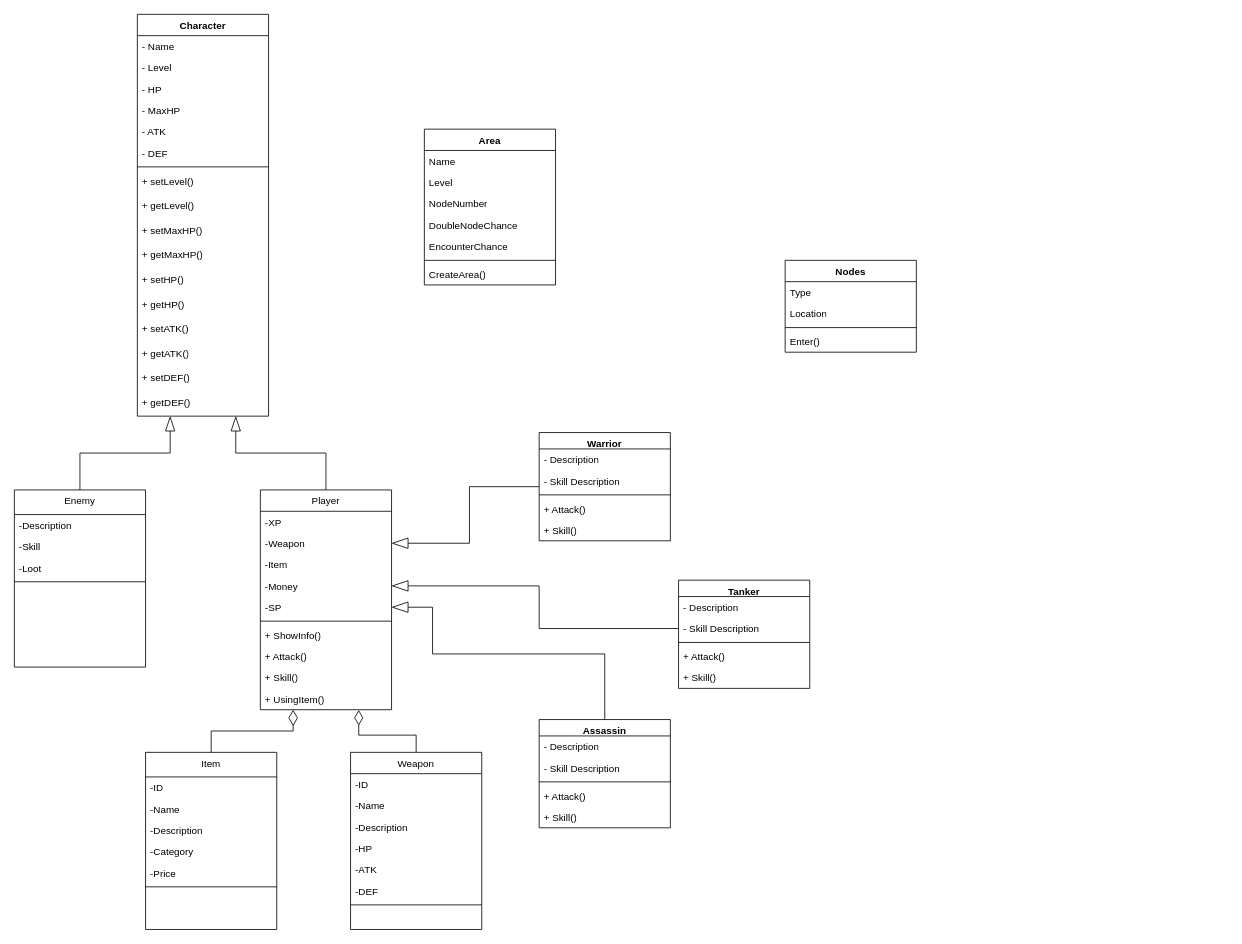
Above: PBL2.drawio in hoanghuyhoc/PBL2 (draw.io), before the change. Source tidied: cells renumbered, new cells numbered last; positions are measured from the earlier drawing's top-left corner, leaving out a move shared by most shapes. Both pictures are drawn from the tidied source at 82%, with x=0, y=0 at pixel (14, 14).
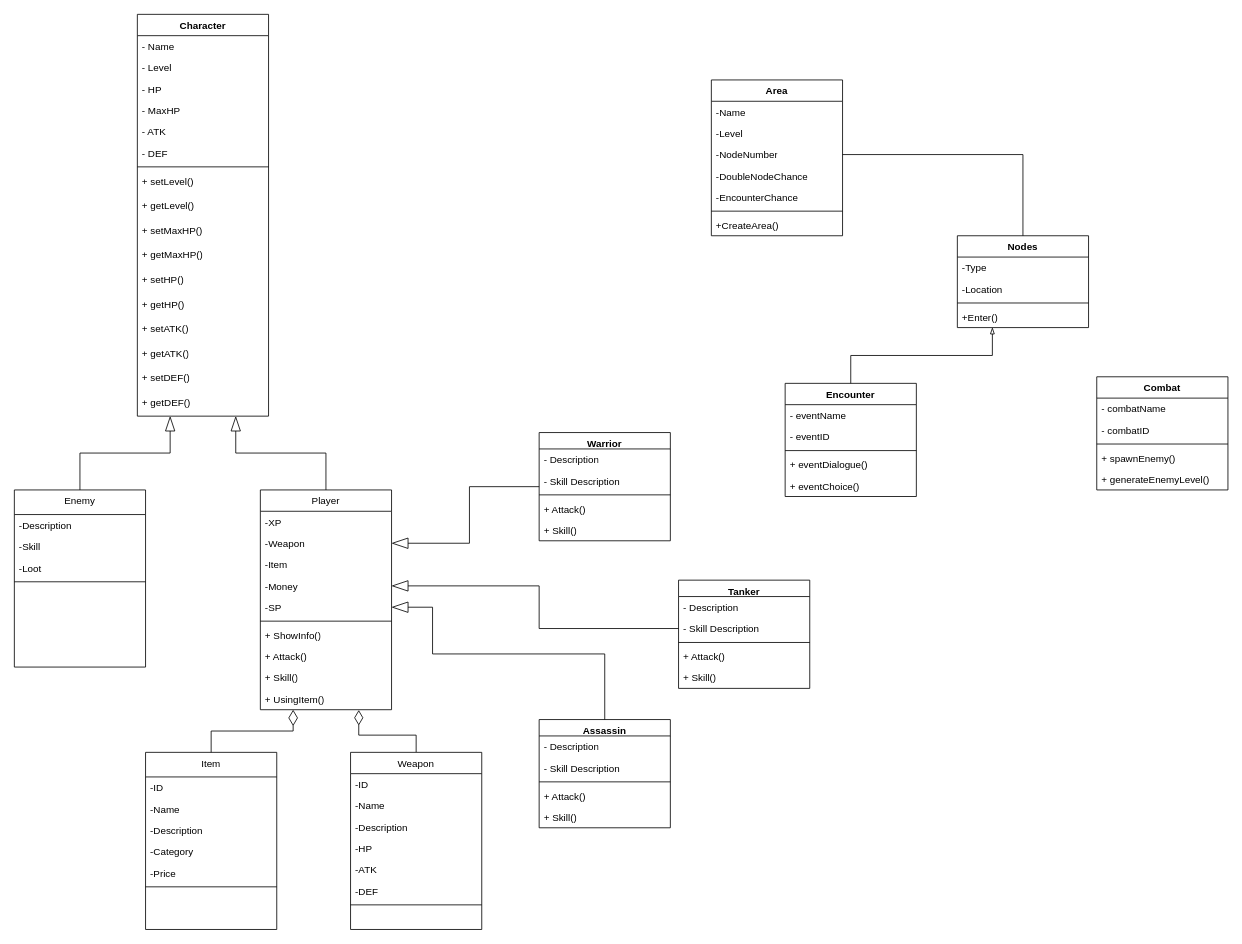
After the change.

The edit, as a diff of the source:
```diff
@@
     <mxCell id="55" value="Nodes" style="swimlane;fontStyle=1;align=center;verticalAlign=top;horizontal=1;startSize=26;whiteSpace=wrap;html=1;" parent="1" vertex="1">
-      <mxGeometry x="940" y="300" width="160" height="112" as="geometry" />
+      <mxGeometry x="1150" y="270" width="160" height="112" as="geometry" />
     </mxCell>
-    <mxCell id="56" value="Type" style="text;strokeColor=none;fillColor=none;align=left;verticalAlign=top;spacingLeft=4;spacingRight=4;overflow=hidden;whiteSpace=wrap;html=1;" parent="55" vertex="1">
+    <mxCell id="56" value="-Type" style="text;strokeColor=none;fillColor=none;align=left;verticalAlign=top;spacingLeft=4;spacingRight=4;overflow=hidden;whiteSpace=wrap;html=1;" parent="55" vertex="1">
       <mxGeometry y="26" width="160" height="26" as="geometry" />
     </mxCell>
-    <mxCell id="57" value="Location" style="text;strokeColor=none;fillColor=none;align=left;verticalAlign=top;spacingLeft=4;spacingRight=4;overflow=hidden;whiteSpace=wrap;html=1;" parent="55" vertex="1">
+    <mxCell id="57" value="-Location" style="text;strokeColor=none;fillColor=none;align=left;verticalAlign=top;spacingLeft=4;spacingRight=4;overflow=hidden;whiteSpace=wrap;html=1;" parent="55" vertex="1">
       <mxGeometry y="52" width="160" height="26" as="geometry" />
     </mxCell>
@@
-    <mxCell id="59" value="Enter()" style="text;strokeColor=none;fillColor=none;align=left;verticalAlign=top;spacingLeft=4;spacingRight=4;overflow=hidden;points=[[0,0.5],[1,0.5]];portConstraint=eastwest;whiteSpace=wrap;html=1;" parent="55" vertex="1">
+    <mxCell id="59" value="+Enter()" style="text;strokeColor=none;fillColor=none;align=left;verticalAlign=top;spacingLeft=4;spacingRight=4;overflow=hidden;points=[[0,0.5],[1,0.5]];portConstraint=eastwest;whiteSpace=wrap;html=1;" parent="55" vertex="1">
       <mxGeometry y="86" width="160" height="26" as="geometry" />
     </mxCell>
     <mxCell id="60" value="Area" style="swimlane;fontStyle=1;align=center;verticalAlign=top;horizontal=1;startSize=26;whiteSpace=wrap;html=1;" parent="1" vertex="1">
-      <mxGeometry x="500" y="140" width="160" height="190" as="geometry" />
+      <mxGeometry x="850" y="80" width="160" height="190" as="geometry" />
     </mxCell>
-    <mxCell id="61" value="Name" style="text;strokeColor=none;fillColor=none;align=left;verticalAlign=top;spacingLeft=4;spacingRight=4;overflow=hidden;whiteSpace=wrap;html=1;" parent="60" vertex="1">
+    <mxCell id="61" value="-Name" style="text;strokeColor=none;fillColor=none;align=left;verticalAlign=top;spacingLeft=4;spacingRight=4;overflow=hidden;whiteSpace=wrap;html=1;" parent="60" vertex="1">
       <mxGeometry y="26" width="160" height="26" as="geometry" />
     </mxCell>
-    <mxCell id="62" value="Level" style="text;strokeColor=none;fillColor=none;align=left;verticalAlign=top;spacingLeft=4;spacingRight=4;overflow=hidden;whiteSpace=wrap;html=1;" parent="60" vertex="1">
+    <mxCell id="62" value="-Level" style="text;strokeColor=none;fillColor=none;align=left;verticalAlign=top;spacingLeft=4;spacingRight=4;overflow=hidden;whiteSpace=wrap;html=1;" parent="60" vertex="1">
       <mxGeometry y="52" width="160" height="26" as="geometry" />
     </mxCell>
-    <mxCell id="63" value="NodeNumber" style="text;strokeColor=none;fillColor=none;align=left;verticalAlign=top;spacingLeft=4;spacingRight=4;overflow=hidden;points=[[0,0.5],[1,0.5]];portConstraint=eastwest;whiteSpace=wrap;html=1;" parent="60" vertex="1">
+    <mxCell id="63" value="-NodeNumber" style="text;strokeColor=none;fillColor=none;align=left;verticalAlign=top;spacingLeft=4;spacingRight=4;overflow=hidden;points=[[0,0.5],[1,0.5]];portConstraint=eastwest;whiteSpace=wrap;html=1;" parent="60" vertex="1">
       <mxGeometry y="78" width="160" height="26" as="geometry" />
     </mxCell>
-    <mxCell id="64" value="DoubleNodeChance" style="text;strokeColor=none;fillColor=none;align=left;verticalAlign=top;spacingLeft=4;spacingRight=4;overflow=hidden;whiteSpace=wrap;html=1;" parent="60" vertex="1">
+    <mxCell id="64" value="-DoubleNodeChance" style="text;strokeColor=none;fillColor=none;align=left;verticalAlign=top;spacingLeft=4;spacingRight=4;overflow=hidden;whiteSpace=wrap;html=1;" parent="60" vertex="1">
       <mxGeometry y="104" width="160" height="26" as="geometry" />
     </mxCell>
-    <mxCell id="65" value="EncounterChance" style="text;strokeColor=none;fillColor=none;align=left;verticalAlign=top;spacingLeft=4;spacingRight=4;overflow=hidden;whiteSpace=wrap;html=1;" parent="60" vertex="1">
+    <mxCell id="65" value="-EncounterChance" style="text;strokeColor=none;fillColor=none;align=left;verticalAlign=top;spacingLeft=4;spacingRight=4;overflow=hidden;whiteSpace=wrap;html=1;" parent="60" vertex="1">
       <mxGeometry y="130" width="160" height="26" as="geometry" />
     </mxCell>
@@
-    <mxCell id="67" value="CreateArea()" style="text;strokeColor=none;fillColor=none;align=left;verticalAlign=top;spacingLeft=4;spacingRight=4;overflow=hidden;whiteSpace=wrap;html=1;" parent="60" vertex="1">
+    <mxCell id="67" value="+CreateArea()" style="text;strokeColor=none;fillColor=none;align=left;verticalAlign=top;spacingLeft=4;spacingRight=4;overflow=hidden;whiteSpace=wrap;html=1;" parent="60" vertex="1">
       <mxGeometry y="164" width="160" height="26" as="geometry" />
     </mxCell>
@@
+    <mxCell id="89" value="Encounter" style="swimlane;fontStyle=1;align=center;verticalAlign=top;horizontal=1;startSize=26;whiteSpace=wrap;html=1;" parent="1" vertex="1">
+      <mxGeometry x="940" y="450" width="160" height="138" as="geometry" />
+    </mxCell>
+    <mxCell id="90" value="- eventName" style="text;strokeColor=none;fillColor=none;align=left;verticalAlign=top;spacingLeft=4;spacingRight=4;overflow=hidden;whiteSpace=wrap;html=1;" parent="89" vertex="1">
+      <mxGeometry y="26" width="160" height="26" as="geometry" />
+    </mxCell>
+    <mxCell id="91" value="- eventID" style="text;strokeColor=none;fillColor=none;align=left;verticalAlign=top;spacingLeft=4;spacingRight=4;overflow=hidden;whiteSpace=wrap;html=1;" parent="89" vertex="1">
+      <mxGeometry y="52" width="160" height="26" as="geometry" />
+    </mxCell>
+    <mxCell id="92" style="line;strokeWidth=1;fillColor=none;align=left;verticalAlign=middle;spacingTop=-1;spacingLeft=3;spacingRight=3;labelPosition=right;strokeColor=inherit;" parent="89" vertex="1">
+      <mxGeometry y="78" width="160" height="8" as="geometry" />
+    </mxCell>
+    <mxCell id="93" value="+ eventDialogue()" style="text;strokeColor=none;fillColor=none;align=left;verticalAlign=top;spacingLeft=4;spacingRight=4;overflow=hidden;whiteSpace=wrap;html=1;" parent="89" vertex="1">
+      <mxGeometry y="86" width="160" height="26" as="geometry" />
+    </mxCell>
+    <mxCell id="94" value="+ eventChoice()" style="text;strokeColor=none;fillColor=none;align=left;verticalAlign=top;spacingLeft=4;spacingRight=4;overflow=hidden;whiteSpace=wrap;html=1;" parent="89" vertex="1">
+      <mxGeometry y="112" width="160" height="26" as="geometry" />
+    </mxCell>
+    <mxCell id="95" value="Combat" style="swimlane;fontStyle=1;align=center;verticalAlign=top;horizontal=1;startSize=26;whiteSpace=wrap;html=1;" parent="1" vertex="1">
+      <mxGeometry x="1320" y="442" width="160" height="138" as="geometry" />
+    </mxCell>
+    <mxCell id="96" value="- combatName" style="text;strokeColor=none;fillColor=none;align=left;verticalAlign=top;spacingLeft=4;spacingRight=4;overflow=hidden;whiteSpace=wrap;html=1;" parent="95" vertex="1">
+      <mxGeometry y="26" width="160" height="26" as="geometry" />
+    </mxCell>
+    <mxCell id="97" value="- combatID" style="text;strokeColor=none;fillColor=none;align=left;verticalAlign=top;spacingLeft=4;spacingRight=4;overflow=hidden;whiteSpace=wrap;html=1;" parent="95" vertex="1">
+      <mxGeometry y="52" width="160" height="26" as="geometry" />
+    </mxCell>
+    <mxCell id="98" style="line;strokeWidth=1;fillColor=none;align=left;verticalAlign=middle;spacingTop=-1;spacingLeft=3;spacingRight=3;labelPosition=right;strokeColor=inherit;" parent="95" vertex="1">
+      <mxGeometry y="78" width="160" height="8" as="geometry" />
+    </mxCell>
+    <mxCell id="99" value="+ spawnEnemy()" style="text;strokeColor=none;fillColor=none;align=left;verticalAlign=top;spacingLeft=4;spacingRight=4;overflow=hidden;whiteSpace=wrap;html=1;" parent="95" vertex="1">
+      <mxGeometry y="86" width="160" height="26" as="geometry" />
+    </mxCell>
+    <mxCell id="100" value="+ generateEnemyLevel()" style="text;strokeColor=none;fillColor=none;align=left;verticalAlign=top;spacingLeft=4;spacingRight=4;overflow=hidden;whiteSpace=wrap;html=1;" parent="95" vertex="1">
+      <mxGeometry y="112" width="160" height="26" as="geometry" />
+    </mxCell>
+    <mxCell id="101" style="edgeStyle=orthogonalEdgeStyle;rounded=0;jettySize=auto;html=1;exitX=1;exitY=0.5;exitDx=0;exitDy=0;entryX=0.5;entryY=0;entryDx=0;entryDy=0;endArrow=none;endFill=0;" parent="1" edge="1" source="63" target="55">
+      <mxGeometry relative="1" as="geometry" />
+    </mxCell>
+    <mxCell id="102" style="edgeStyle=orthogonalEdgeStyle;rounded=0;jettySize=auto;html=1;entryX=0.267;entryY=0.987;entryDx=0;entryDy=0;entryPerimeter=0;endArrow=blockThin;endFill=0;" parent="1" edge="1" source="89" target="59">
+      <mxGeometry relative="1" as="geometry" />
+    </mxCell>
```
